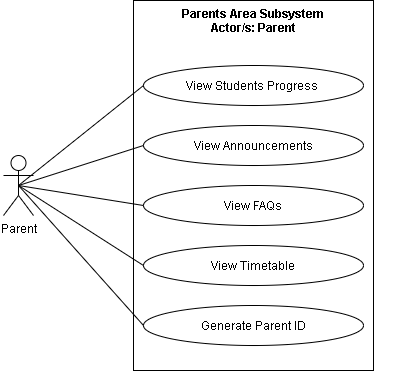
Above: REVISIONS/UML-DIAGRAMS/6-9-2021/USE CASE/Diagram-PARENTS AREA.png in mrklglsn/CAPSTONE-FILES (draw.io), before the change. Source tidied: cells renumbered, new cells last; positions are measured from the earlier drawing's top-left corner, leaving out a move shared by most shapes.
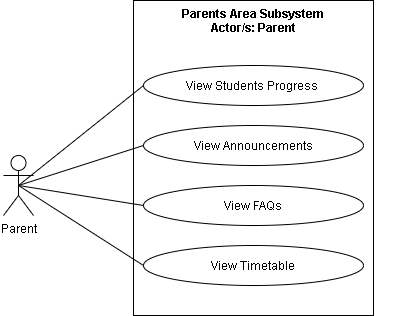
The same file after the commit.

Diff of the diagram source:
```diff
@@ -3,7 +3,7 @@
     <mxCell id="0" />
     <mxCell id="1" parent="0" />
     <mxCell id="2" style="html=1;fillColor=none;" parent="1" vertex="1">
-      <mxGeometry x="130" width="240" height="370" as="geometry" />
+      <mxGeometry x="130" width="240" height="315" as="geometry" />
     </mxCell>
     <mxCell id="3" style="edgeStyle=none;rounded=0;jumpStyle=arc;jumpSize=14;jettySize=auto;html=1;exitX=0.5;exitY=0.5;exitDx=0;exitDy=0;exitPerimeter=0;entryX=0;entryY=0.5;entryDx=0;entryDy=0;startArrow=none;startFill=0;endArrow=none;endFill=0;startSize=11;endSize=11;" parent="1" edge="1" source="8" target="10">
       <mxGeometry relative="1" as="geometry" />
@@ -17,9 +17,6 @@
     <mxCell id="6" style="edgeStyle=none;rounded=0;jumpStyle=arc;jumpSize=14;jettySize=auto;html=1;exitX=0.5;exitY=0.5;exitDx=0;exitDy=0;exitPerimeter=0;entryX=0;entryY=0.5;entryDx=0;entryDy=0;endArrow=none;endFill=0;startSize=9;endSize=11;" parent="1" edge="1" source="8" target="13">
       <mxGeometry relative="1" as="geometry" />
     </mxCell>
-    <mxCell id="7" style="edgeStyle=none;rounded=0;jettySize=auto;html=1;exitX=0.5;exitY=0.5;exitDx=0;exitDy=0;exitPerimeter=0;entryX=0;entryY=0.5;entryDx=0;entryDy=0;endArrow=none;endFill=0;endSize=8;" parent="1" edge="1" source="8" target="14">
-      <mxGeometry relative="1" as="geometry" />
-    </mxCell>
     <mxCell id="8" value="Parent" style="shape=umlActor;verticalLabelPosition=bottom;verticalAlign=top;html=1;fillColor=none;" parent="1" vertex="1">
       <mxGeometry y="155" width="30" height="60" as="geometry" />
     </mxCell>
@@ -38,8 +35,5 @@
     <mxCell id="13" value="View Timetable" style="ellipse;whiteSpace=wrap;html=1;fillColor=none;" parent="1" vertex="1">
       <mxGeometry x="140" y="245" width="220" height="40" as="geometry" />
     </mxCell>
-    <mxCell id="14" value="Generate Parent ID" style="ellipse;whiteSpace=wrap;html=1;fillColor=none;" parent="1" vertex="1">
-      <mxGeometry x="140" y="305" width="220" height="40" as="geometry" />
-    </mxCell>
   </root>
 </mxGraphModel>
```
